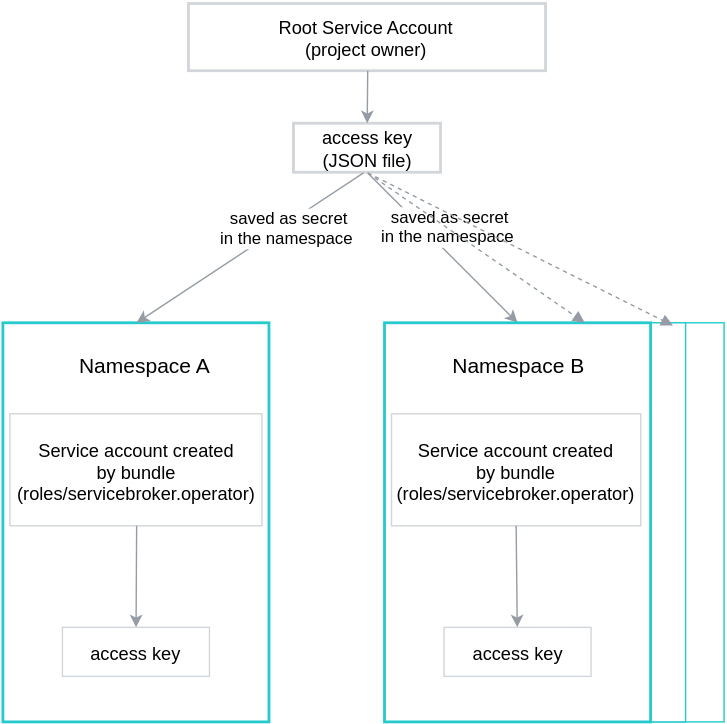
Before: docs/service-brokers/helm-broker-service-classes/gcp-broker-provider/docs/assets/gcp-broker-key-management.svg, a diagram exported from draw.io (kyma-project/kyma). Source tidied: cells renumbered, new cells last; positions are measured from the earlier drawing's top-left corner, leaving out a move shared by most shapes.
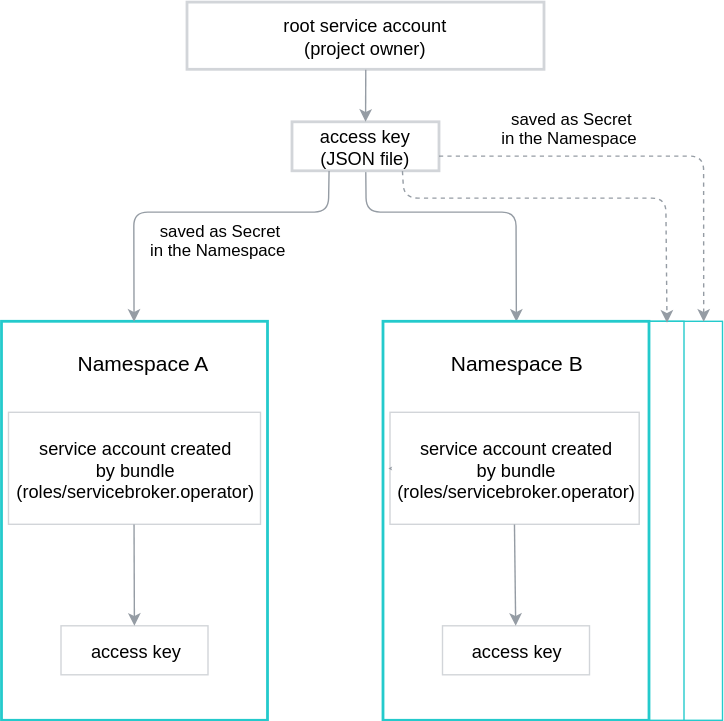
The same diagram one commit later.

Change to the diagram source:
```diff
@@ -8,27 +8,33 @@
     <mxCell id="3" value="&lt;div style=&quot;text-align: left&quot;&gt;&lt;/div&gt;" style="shape=ext;html=1;whiteSpace=wrap;strokeColor=#24CACC;" parent="1" vertex="1">
       <mxGeometry x="298" y="228" width="190" height="285" as="geometry" />
     </mxCell>
-    <mxCell id="4" value="&lt;font style=&quot;font-size: 13px&quot;&gt;Root Service Account&lt;br&gt;(project owner)&lt;/font&gt;&lt;br&gt;" style="shape=ext;rounded=0;html=1;whiteSpace=wrap;strokeColor=#D2D5D9;strokeWidth=2;" parent="1" vertex="1">
+    <mxCell id="4" value="&lt;font style=&quot;font-size: 13px&quot;&gt;root service account&lt;br&gt;(project owner)&lt;/font&gt;&lt;br&gt;" style="shape=ext;rounded=0;html=1;whiteSpace=wrap;strokeColor=#D2D5D9;strokeWidth=2;" parent="1" vertex="1">
       <mxGeometry x="133" width="255" height="48" as="geometry" />
     </mxCell>
     <mxCell id="5" value="&lt;br&gt;&lt;div style=&quot;text-align: left&quot;&gt;&lt;/div&gt;" style="shape=ext;html=1;whiteSpace=wrap;strokeColor=#24CACC;strokeWidth=2;" parent="1" vertex="1">
       <mxGeometry x="0.5" y="228" width="190" height="285" as="geometry" />
     </mxCell>
-    <mxCell id="6" style="rounded=0;html=1;exitX=0.5;exitY=0;jettySize=auto;endArrow=none;endFill=0;startArrow=classic;startFill=1;strokeColor=#959CA4;entryX=0.5;entryY=1;" parent="1" edge="1" source="8" target="15">
-      <mxGeometry relative="1" as="geometry" />
+    <mxCell id="6" style="rounded=1;html=1;exitX=0.5;exitY=0;jettySize=auto;endArrow=none;endFill=0;startArrow=classic;startFill=1;strokeColor=#959CA4;entryX=0.5;entryY=1;" parent="1" edge="1" source="8" target="15">
+      <mxGeometry relative="1" as="geometry">
+        <Array as="points">
+          <mxPoint x="368" y="150" />
+          <mxPoint x="318" y="150" />
+          <mxPoint x="261" y="150" />
+        </Array>
+      </mxGeometry>
     </mxCell>
-    <mxCell id="7" value="saved as secret&lt;br&gt;in the namespace&amp;nbsp;" style="text;html=1;align=center;verticalAlign=middle;labelBackgroundColor=#ffffff;" parent="6" vertex="1">
+    <mxCell id="7" value="saved as Secret&lt;br&gt;in the Namespace&amp;nbsp;" style="text;html=1;align=center;verticalAlign=middle;labelBackgroundColor=#ffffff;" parent="6" vertex="1">
       <mxGeometry x="0.14" y="-1" relative="1" as="geometry">
-        <mxPoint x="12" y="-7.5" as="offset" />
+        <mxPoint x="84.5" y="-59" as="offset" />
       </mxGeometry>
     </mxCell>
     <mxCell id="8" value="&lt;div style=&quot;text-align: left&quot;&gt;&lt;/div&gt;" style="shape=ext;html=1;whiteSpace=wrap;strokeColor=#24CACC;strokeWidth=2;" parent="1" vertex="1">
       <mxGeometry x="273" y="228" width="190" height="285" as="geometry" />
     </mxCell>
-    <mxCell id="9" value="&lt;font style=&quot;font-size: 13px&quot;&gt;Service account created &lt;br&gt;by bundle&lt;br&gt;(&lt;span&gt;roles/servicebroker.operator)&lt;/span&gt;&lt;/font&gt;&lt;br&gt;" style="shape=ext;rounded=0;html=1;whiteSpace=wrap;strokeColor=#D2D5D9;" parent="1" vertex="1">
+    <mxCell id="9" value="&lt;font style=&quot;font-size: 13px&quot;&gt;service account created &lt;br&gt;by bundle&lt;br&gt;(&lt;span&gt;roles/servicebroker.operator)&lt;/span&gt;&lt;/font&gt;&lt;br&gt;" style="shape=ext;rounded=0;html=1;whiteSpace=wrap;strokeColor=#D2D5D9;" parent="1" vertex="1">
       <mxGeometry x="5.5" y="293" width="180" height="80" as="geometry" />
     </mxCell>
-    <mxCell id="10" value="&lt;font style=&quot;font-size: 13px&quot;&gt;Service account created &lt;br&gt;by bundle&lt;br&gt;(&lt;span&gt;roles/servicebroker.operator)&lt;/span&gt;&lt;/font&gt;&lt;br&gt;" style="shape=ext;rounded=0;html=1;whiteSpace=wrap;strokeColor=#D2D5D9;" parent="1" vertex="1">
+    <mxCell id="10" value="&lt;font style=&quot;font-size: 13px&quot;&gt;service account created &lt;br&gt;by bundle&lt;br&gt;(&lt;span&gt;roles/servicebroker.operator)&lt;/span&gt;&lt;/font&gt;&lt;br&gt;" style="shape=ext;rounded=0;html=1;whiteSpace=wrap;strokeColor=#D2D5D9;" parent="1" vertex="1">
       <mxGeometry x="278" y="293" width="178" height="80" as="geometry" />
     </mxCell>
     <mxCell id="11" value="&lt;font style=&quot;font-size: 13px&quot;&gt;access key&lt;/font&gt;" style="rounded=0;whiteSpace=wrap;html=1;strokeColor=#D2D5D9;" parent="1" vertex="1">
@@ -55,21 +61,35 @@
     <mxCell id="18" style="endArrow=classic;html=1;exitX=0.5;exitY=1;strokeColor=#959CA4;" parent="1" edge="1" source="10" target="12">
       <mxGeometry relative="1" as="geometry" />
     </mxCell>
-    <mxCell id="19" style="endArrow=classic;html=1;entryX=0.5;entryY=0;strokeColor=#959CA4;" parent="1" edge="1" target="5">
+    <mxCell id="19" style="endArrow=classic;html=1;entryX=0.5;entryY=0;strokeColor=#959CA4;exitX=0.25;exitY=1;" parent="1" edge="1" source="15" target="5">
       <mxGeometry relative="1" as="geometry">
-        <mxPoint x="258" y="121" as="sourcePoint" />
+        <Array as="points">
+          <mxPoint x="234" y="150" />
+          <mxPoint x="95" y="150" />
+        </Array>
       </mxGeometry>
     </mxCell>
-    <mxCell id="20" value="saved as secret&lt;br&gt;in the namespace&amp;nbsp;" style="text;html=1;align=center;verticalAlign=middle;labelBackgroundColor=#ffffff;" parent="19" vertex="1">
+    <mxCell id="20" value="saved as Secret&lt;br&gt;in the Namespace&amp;nbsp;" style="text;html=1;align=center;verticalAlign=middle;labelBackgroundColor=#ffffff;" parent="19" vertex="1">
       <mxGeometry x="-0.33" y="3" relative="1" as="geometry">
-        <mxPoint x="-1" as="offset" />
+        <mxPoint x="-24" y="17" as="offset" />
       </mxGeometry>
     </mxCell>
-    <mxCell id="21" style="endArrow=block;endFill=1;endSize=6;html=1;strokeColor=#959CA4;exitX=0.5;exitY=1;entryX=0.75;entryY=0;dashed=1;" parent="1" edge="1" source="15" target="8">
-      <mxGeometry relative="1" as="geometry" />
+    <mxCell id="21" style="endArrow=classic;endFill=1;html=1;strokeColor=#959CA4;exitX=0.75;exitY=1;dashed=1;entryX=0.936;entryY=0.004;entryPerimeter=0;" parent="1" edge="1" source="15" target="3">
+      <mxGeometry relative="1" as="geometry">
+        <Array as="points">
+          <mxPoint x="288" y="140" />
+          <mxPoint x="475" y="140" />
+        </Array>
+      </mxGeometry>
     </mxCell>
-    <mxCell id="22" style="endArrow=block;endFill=1;endSize=6;html=1;strokeColor=#959CA4;entryX=0.953;entryY=0.007;entryPerimeter=0;dashed=1;exitX=0.5;exitY=1;" parent="1" edge="1" source="15" target="3">
-      <mxGeometry relative="1" as="geometry" />
+    <mxCell id="22" style="endArrow=classic;endFill=1;endSize=6;html=1;strokeColor=#959CA4;entryX=0.929;entryY=0;entryPerimeter=0;dashed=1;" parent="1" edge="1" target="2">
+      <mxGeometry relative="1" as="geometry">
+        <mxPoint x="313" y="110" as="sourcePoint" />
+        <Array as="points">
+          <mxPoint x="458" y="110" />
+          <mxPoint x="502" y="110" />
+        </Array>
+      </mxGeometry>
     </mxCell>
     <mxCell id="23" style="edgeStyle=none;rounded=0;html=1;exitX=0;exitY=0.5;dashed=1;startArrow=classic;startFill=1;endArrow=none;endFill=0;jettySize=auto;orthogonalLoop=1;strokeColor=#959CA4;" parent="1" edge="1" source="10" target="10">
       <mxGeometry relative="1" as="geometry" />
```
